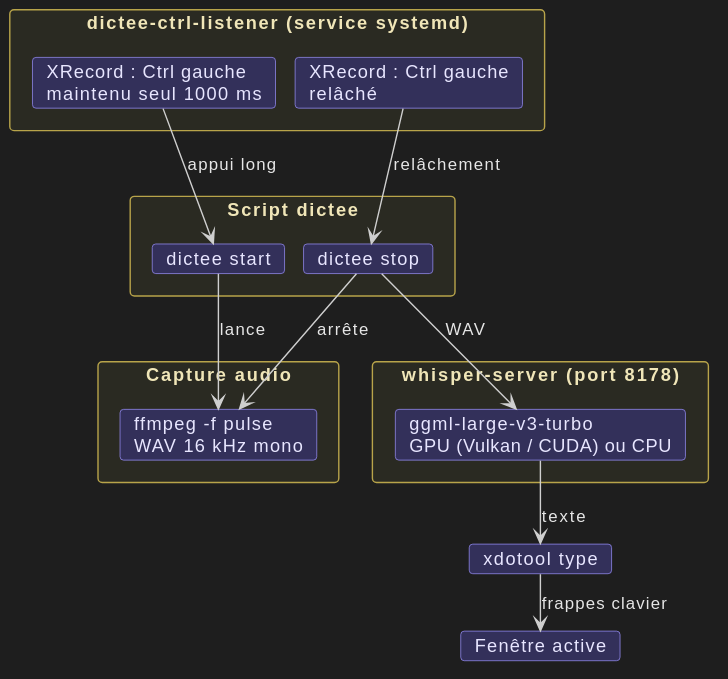
Above: flux-dictee.svg in AlexandreBrach/dictee (PlantUML), before the change.
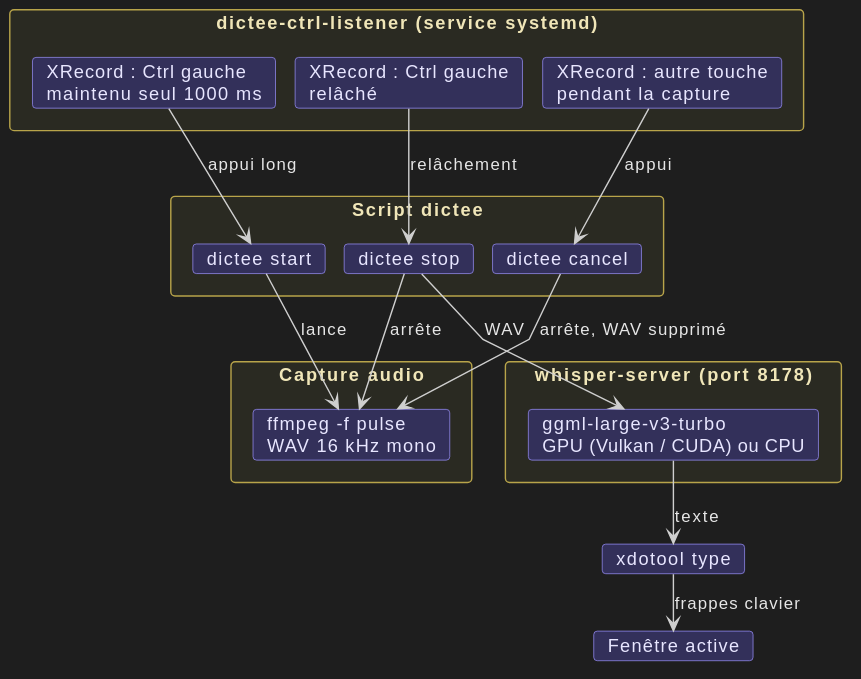
The same file after the commit.

Commit message:
fix: annule la saisie si on appuie sur une autre touche que CTRL avant relâchement

What changed in the source:
```diff
@@ -27,11 +27,13 @@
 rectangle "dictee-ctrl-listener (service systemd)" as listener {
   card "XRecord : Ctrl gauche\nmaintenu seul 1000 ms" as key
   card "XRecord : Ctrl gauche\nrelâché" as release
+  card "XRecord : autre touche\npendant la capture" as other
 }
 
 rectangle "Script dictee" as script {
   card "dictee start" as start
   card "dictee stop" as stop
+  card "dictee cancel" as cancel
 }
 
 rectangle "Capture audio" as audio {
@@ -47,8 +49,10 @@
 
 key --> start : appui long
 release --> stop : relâchement
+other --> cancel : appui
 start --> ffmpeg : lance
 stop --> ffmpeg : arrête
+cancel --> ffmpeg : arrête, WAV supprimé
 stop --> model : WAV
 model --> xdo : texte
 xdo --> win : frappes clavier
```
